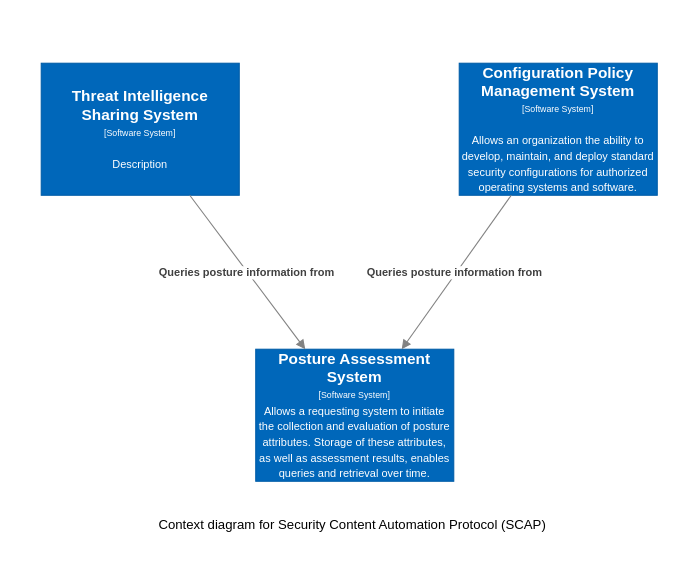
This is Architecture Documents/scap-context.drawio from opencybersecurityalliance/documentation, a draw.io file, before an edit. Source tidied: cells renumbered, new cells numbered last; positions are measured from the earlier drawing's top-left corner, leaving out a move shared by most shapes. Both pictures are drawn from the tidied source at 110%, with x=0, y=0 at pixel (41, 63).
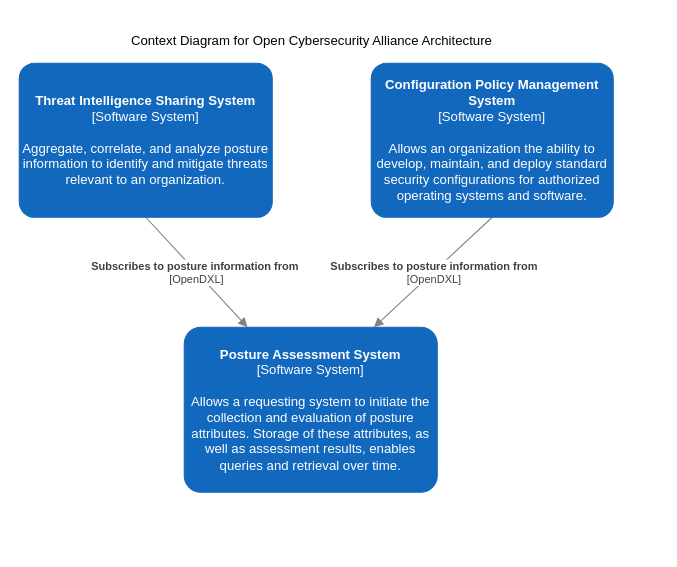
Above is the later version.

Commit message (it also covers changes not shown here):
Add better description for Threat Intel System and titles

Change to the diagram source:
```diff
@@
 <mxGraphModel>
   <root>
     <mxCell id="0" />
     <mxCell id="1" parent="0" />
-    <mxCell id="2" value="&lt;div&gt;&lt;span style=&quot;font-size: 14px&quot;&gt;&lt;b&gt;Posture Assessment System&lt;/b&gt;&lt;/span&gt;&lt;/div&gt;&lt;div&gt;&lt;span style=&quot;font-size: 8px&quot;&gt;[Software System]&lt;/span&gt;&lt;/div&gt;&lt;div&gt;&lt;font size=&quot;1&quot;&gt;Allows a requesting system to initiate the collection and evaluation of posture attributes. Storage of these attributes, as well as assessment results, enables queries and retrieval over time.&lt;/font&gt;&lt;/div&gt;" style="rounded=0;whiteSpace=wrap;html=1;fillColor=#0067BA;fontColor=#FFFFFF;strokeColor=#005DA8;" parent="1" vertex="1">
-      <mxGeometry x="195" y="260" width="180" height="120" as="geometry" />
-    </mxCell>
-    <object id="3" label="&lt;div&gt;&lt;span style=&quot;font-size: 14px&quot;&gt;&lt;b&gt;Threat Intelligence Sharing System&lt;/b&gt;&lt;/span&gt;&lt;/div&gt;&lt;div&gt;&lt;span style=&quot;font-size: 8px&quot;&gt;[Software System]&lt;/span&gt;&lt;br&gt;&lt;/div&gt;&lt;div&gt;&lt;span style=&quot;font-size: 8px&quot;&gt;&lt;br&gt;&lt;/span&gt;&lt;/div&gt;&lt;div&gt;&lt;font size=&quot;1&quot;&gt;%description%&lt;/font&gt;&lt;/div&gt;" description="Description" placeholders="1">
-      <mxCell style="rounded=0;whiteSpace=wrap;html=1;fillColor=#0067BA;fontColor=#FFFFFF;strokeColor=#005DA8;" parent="1" vertex="1">
-        <mxGeometry width="180" height="120" as="geometry" />
-      </mxCell>
-    </object>
-    <mxCell id="4" value="&lt;div&gt;&lt;span style=&quot;font-size: 14px&quot;&gt;&lt;b&gt;Configuration Policy Management System&lt;/b&gt;&lt;/span&gt;&lt;/div&gt;&lt;div&gt;&lt;span style=&quot;font-size: 8px&quot;&gt;[Software System]&lt;/span&gt;&lt;br&gt;&lt;/div&gt;&lt;div&gt;&lt;span style=&quot;font-size: 8px&quot;&gt;&lt;br&gt;&lt;/span&gt;&lt;/div&gt;&lt;div&gt;&lt;font size=&quot;1&quot;&gt;Allows an organization the ability to develop, maintain, and deploy standard security configurations for authorized operating systems and software.&lt;/font&gt;&lt;/div&gt;" style="rounded=0;whiteSpace=wrap;html=1;fillColor=#0067BA;fontColor=#FFFFFF;strokeColor=#005DA8;" parent="1" vertex="1">
-      <mxGeometry x="380" width="180" height="120" as="geometry" />
-    </mxCell>
-    <mxCell id="5" value="&lt;span style=&quot;font-size: 10px&quot;&gt;&lt;b&gt;Queries posture information from&amp;nbsp;&lt;/b&gt;&lt;br&gt;&lt;/span&gt;" style="endArrow=block;html=1;fontSize=10;fontColor=#404040;strokeWidth=1;endFill=1;strokeColor=#828282;elbow=vertical;" parent="1" edge="1" source="3" target="2">
+    <mxCell id="5" value="&lt;span style=&quot;font-size: 10px&quot;&gt;&lt;b&gt;Subscribes to posture information from&amp;nbsp;&lt;br&gt;&lt;/b&gt;[OpenDXL]&lt;br&gt;&lt;/span&gt;" style="endArrow=block;html=1;fontSize=10;fontColor=#404040;strokeWidth=1;endFill=1;strokeColor=#828282;elbow=vertical;exitX=0.5;exitY=1;exitDx=0;exitDy=0;exitPerimeter=0;entryX=0.25;entryY=0;entryDx=0;entryDy=0;entryPerimeter=0;" parent="1" edge="1" source="8" target="2">
       <mxGeometry relative="1" as="geometry" />
     </mxCell>
-    <mxCell id="6" value="&lt;span style=&quot;font-size: 10px&quot;&gt;&lt;b&gt;Queries posture information from&amp;nbsp;&lt;/b&gt;&lt;br&gt;&lt;/span&gt;" style="endArrow=block;html=1;fontSize=10;fontColor=#404040;strokeWidth=1;endFill=1;strokeColor=#828282;elbow=vertical;" parent="1" edge="1" source="4" target="2">
+    <mxCell id="6" value="&lt;span style=&quot;font-size: 10px&quot;&gt;&lt;b&gt;Subscribes to posture information from&lt;br&gt;&lt;/b&gt;&lt;/span&gt;[OpenDXL]&lt;span style=&quot;font-size: 10px&quot;&gt;&lt;br&gt;&lt;/span&gt;" style="endArrow=block;html=1;fontSize=10;fontColor=#404040;strokeWidth=1;endFill=1;strokeColor=#828282;elbow=vertical;entryX=0.75;entryY=0;entryDx=0;entryDy=0;entryPerimeter=0;exitX=0.5;exitY=1;exitDx=0;exitDy=0;exitPerimeter=0;" parent="1" edge="1" source="4" target="2">
       <mxGeometry relative="1" as="geometry" />
     </mxCell>
-    <mxCell id="7" value="Context diagram for Security Content Automation Protocol (SCAP)" style="text;html=1;strokeColor=none;fillColor=none;align=left;verticalAlign=middle;whiteSpace=wrap;rounded=0;" parent="1" vertex="1">
-      <mxGeometry x="105" y="400" width="360" height="40" as="geometry" />
+    <mxCell id="7" value="Context &lt;span style=&quot;text-align: center&quot;&gt;Diagram for Open Cybersecurity Alliance Architecture&lt;/span&gt;" style="text;html=1;strokeColor=none;fillColor=none;align=left;verticalAlign=middle;whiteSpace=wrap;rounded=0;" parent="1" vertex="1">
+      <mxGeometry x="80" y="-40" width="360" height="40" as="geometry" />
     </mxCell>
+    <object id="8" label="&lt;b&gt;%c4Name%&lt;/b&gt;&lt;div&gt;[%c4Type%]&lt;/div&gt;&lt;br&gt;&lt;div&gt;%c4Description%&lt;/div&gt;" c4Description="Aggregate, correlate, and analyze posture information to identify and mitigate threats relevant to an organization." c4Name="Threat Intelligence Sharing System" c4Type="Software System" placeholders="1">
+      <mxCell style="rounded=1;whiteSpace=wrap;html=1;labelBackgroundColor=none;fillColor=#1168BD;fontColor=#ffffff;align=center;arcSize=10;strokeColor=#1168BD;metaData={&quot;c4Type&quot;:{&quot;editable&quot;:false}};points=[[0.25,0,0],[0.5,0,0],[0.75,0,0],[1,0.25,0],[1,0.5,0],[1,0.75,0],[0.75,1,0],[0.5,1,0],[0.25,1,0],[0,0.75,0],[0,0.5,0],[0,0.25,0]];" parent="1" vertex="1">
+        <mxGeometry x="-20" width="230" height="140" as="geometry" />
+      </mxCell>
+    </object>
+    <object id="2" label="&lt;b&gt;%c4Name%&lt;/b&gt;&lt;div&gt;[%c4Type%]&lt;/div&gt;&lt;br&gt;&lt;div&gt;%c4Description%&lt;/div&gt;" c4Description="Allows a requesting system to initiate the collection and evaluation of posture attributes. Storage of these attributes, as well as assessment results, enables queries and retrieval over time." c4Name="Posture Assessment System" c4Type="Software System" placeholders="1">
+      <mxCell style="rounded=1;whiteSpace=wrap;html=1;labelBackgroundColor=none;fillColor=#1168BD;fontColor=#ffffff;align=center;arcSize=10;strokeColor=#1168BD;metaData={&quot;c4Type&quot;:{&quot;editable&quot;:false}};points=[[0.25,0,0],[0.5,0,0],[0.75,0,0],[1,0.25,0],[1,0.5,0],[1,0.75,0],[0.75,1,0],[0.5,1,0],[0.25,1,0],[0,0.75,0],[0,0.5,0],[0,0.25,0]];" parent="1" vertex="1">
+        <mxGeometry x="130" y="240" width="230" height="150" as="geometry" />
+      </mxCell>
+    </object>
+    <object id="4" label="&lt;b&gt;%c4Name%&lt;/b&gt;&lt;div&gt;[%c4Type%]&lt;/div&gt;&lt;br&gt;&lt;div&gt;%c4Description%&lt;/div&gt;" c4Description="Allows an organization the ability to develop, maintain, and deploy standard security configurations for authorized operating systems and software." c4Name="Configuration Policy Management System" c4Type="Software System" placeholders="1">
+      <mxCell style="rounded=1;whiteSpace=wrap;html=1;labelBackgroundColor=none;fillColor=#1168BD;fontColor=#ffffff;align=center;arcSize=10;strokeColor=#1168BD;metaData={&quot;c4Type&quot;:{&quot;editable&quot;:false}};points=[[0.25,0,0],[0.5,0,0],[0.75,0,0],[1,0.25,0],[1,0.5,0],[1,0.75,0],[0.75,1,0],[0.5,1,0],[0.25,1,0],[0,0.75,0],[0,0.5,0],[0,0.25,0]];" parent="1" vertex="1">
+        <mxGeometry x="300" width="220" height="140" as="geometry" />
+      </mxCell>
+    </object>
   </root>
 </mxGraphModel>
```
